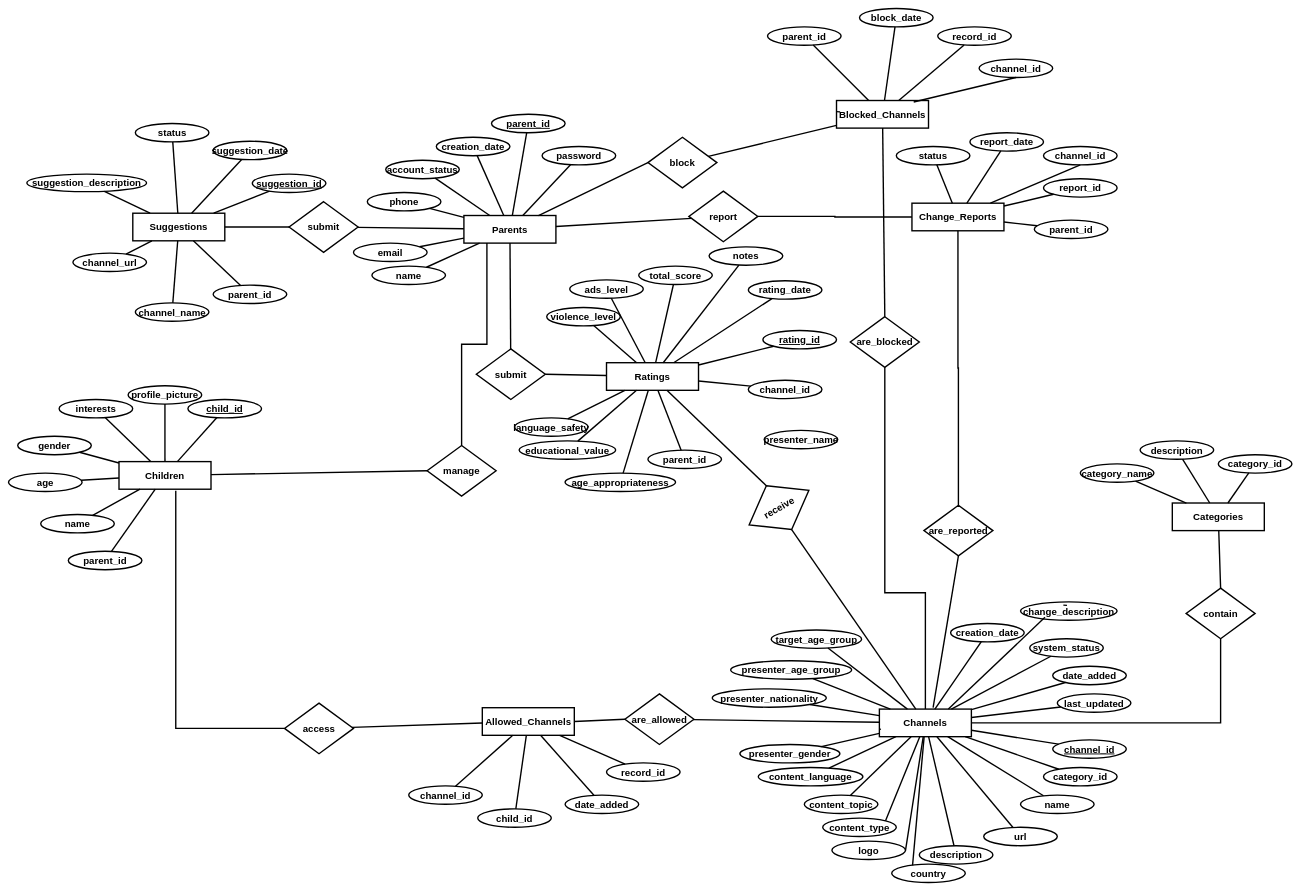
Earlier version of the draw.io diagram page "ERD (Classes)" (7 of 7) of رقيب.drawio (MahmoudHamdy19/diagrams-). Source tidied: cells renumbered, new cells numbered last; positions are measured from the earlier drawing's top-left corner, leaving out a move shared by most shapes. Both pictures are drawn from the tidied source at 46%, with x=0, y=0 at pixel (8, 8).
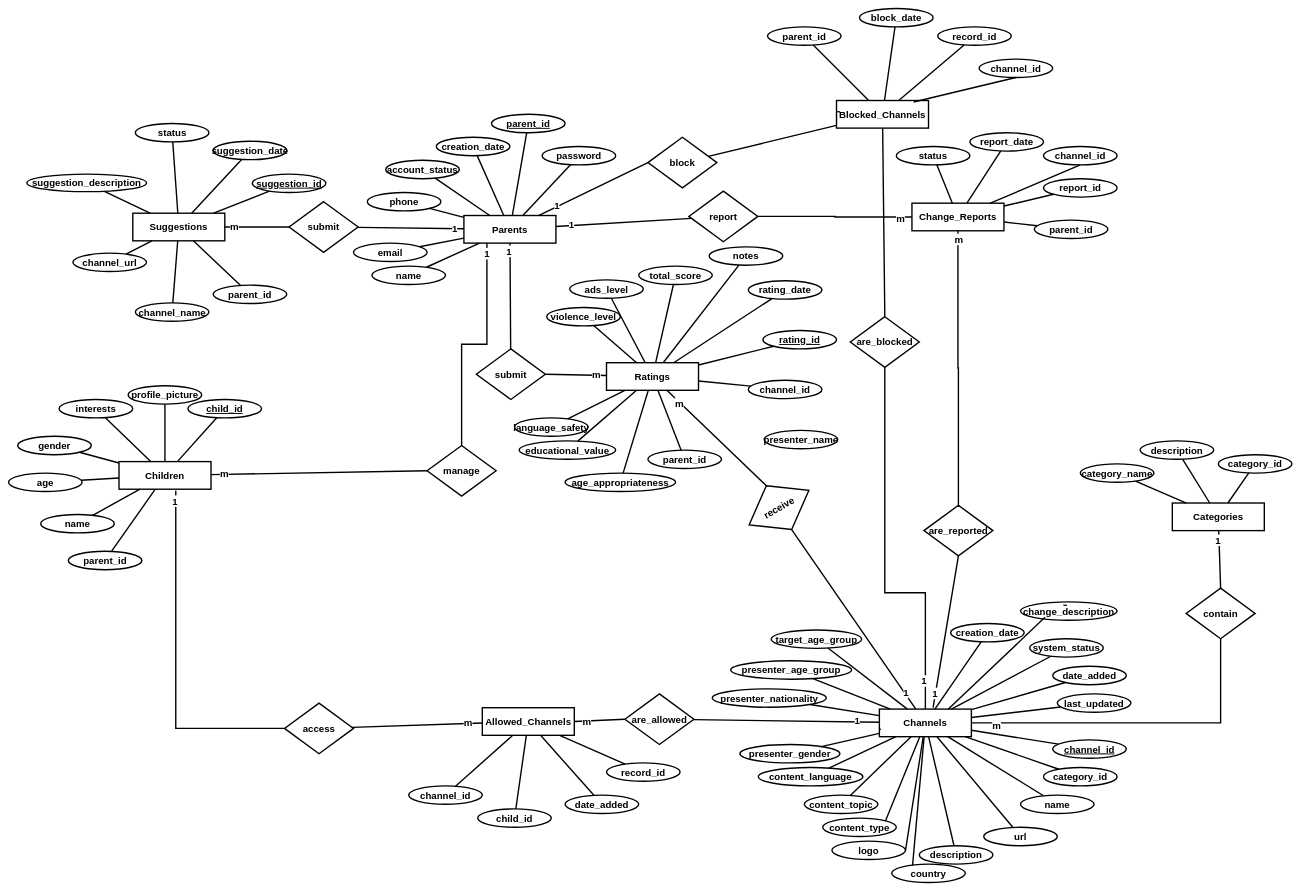
The same diagram, later.

Unchanged cells that the change refers to:
```xml
<mxCell id="147" style="edgeStyle=orthogonalEdgeStyle;rounded=0;jettySize=auto;html=1;strokeWidth=3;endArrow=none;endFill=0;fontFamily=Helvetica;fontSize=21;fontStyle=1;entryX=0.5;entryY=0;entryDx=0;entryDy=0;exitX=0.25;exitY=1;exitDx=0;exitDy=0;" parent="1" edge="1" source="71" target="146">
  <mxGeometry relative="1" as="geometry" />
</mxCell>
<mxCell id="148" style="edgeStyle=none;rounded=0;jettySize=auto;html=1;strokeWidth=3;endArrow=none;endFill=0;fontFamily=Helvetica;fontSize=21;fontStyle=1;exitX=0;exitY=0.5;exitDx=0;exitDy=0;" parent="1" edge="1" source="146" target="86">
  <mxGeometry relative="1" as="geometry" />
</mxCell>
<mxCell id="150" style="rounded=0;jettySize=auto;html=1;strokeWidth=3;endArrow=none;endFill=0;fontFamily=Helvetica;fontSize=21;fontStyle=1;entryX=0.5;entryY=0;entryDx=0;entryDy=0;" parent="1" edge="1" source="101" target="149">
  <mxGeometry relative="1" as="geometry" />
</mxCell>
<mxCell id="151" style="edgeStyle=none;rounded=0;jettySize=auto;html=1;strokeWidth=3;endArrow=none;endFill=0;fontFamily=Helvetica;fontSize=21;fontStyle=1;exitX=0.5;exitY=1;exitDx=0;exitDy=0;" parent="1" edge="1" source="155" target="108">
  <mxGeometry relative="1" as="geometry" />
</mxCell>
<mxCell id="153" style="edgeStyle=none;rounded=0;jettySize=auto;html=1;strokeWidth=3;endArrow=none;endFill=0;fontFamily=Helvetica;fontSize=21;fontStyle=1;" parent="1" edge="1" source="71" target="152">
  <mxGeometry relative="1" as="geometry" />
</mxCell>
<mxCell id="154" style="edgeStyle=none;rounded=0;jettySize=auto;html=1;strokeWidth=3;endArrow=none;endFill=0;fontFamily=Helvetica;fontSize=21;fontStyle=1;exitX=1;exitY=0.5;exitDx=0;exitDy=0;" parent="1" edge="1" source="152" target="17">
  <mxGeometry relative="1" as="geometry" />
</mxCell>
<mxCell id="157" style="edgeStyle=none;rounded=0;jettySize=auto;html=1;strokeWidth=3;endArrow=none;endFill=0;fontFamily=Helvetica;fontSize=21;fontStyle=1;exitX=0.5;exitY=0;exitDx=0;exitDy=0;" parent="1" edge="1" source="155" target="17">
  <mxGeometry relative="1" as="geometry" />
</mxCell>
<mxCell id="159" style="edgeStyle=none;rounded=0;jettySize=auto;html=1;strokeWidth=3;endArrow=none;endFill=0;fontFamily=Helvetica;fontSize=21;fontStyle=1;" parent="1" edge="1" source="71" target="158">
  <mxGeometry relative="1" as="geometry" />
</mxCell>
<mxCell id="160" style="edgeStyle=none;rounded=0;jettySize=auto;html=1;strokeWidth=3;endArrow=none;endFill=0;fontFamily=Helvetica;fontSize=21;fontStyle=1;exitX=0;exitY=0.5;exitDx=0;exitDy=0;" parent="1" edge="1" source="158" target="2">
  <mxGeometry relative="1" as="geometry" />
</mxCell>
<mxCell id="162" style="edgeStyle=none;rounded=0;jettySize=auto;html=1;strokeWidth=3;endArrow=none;endFill=0;fontFamily=Helvetica;fontSize=21;fontStyle=1;entryX=0;entryY=0.5;entryDx=0;entryDy=0;" parent="1" edge="1" source="71" target="161">
  <mxGeometry relative="1" as="geometry" />
</mxCell>
<mxCell id="165" style="edgeStyle=orthogonalEdgeStyle;rounded=0;jettySize=auto;html=1;strokeWidth=3;endArrow=none;endFill=0;fontFamily=Helvetica;fontSize=21;fontStyle=1;" parent="1" edge="1" source="108" target="164">
  <mxGeometry relative="1" as="geometry">
    <Array as="points">
      <mxPoint x="1993.2" y="1270" />
      <mxPoint x="1905" y="1270" />
    </Array>
  </mxGeometry>
</mxCell>
<mxCell id="168" style="edgeStyle=orthogonalEdgeStyle;rounded=0;jettySize=auto;html=1;strokeWidth=3;endArrow=none;endFill=0;fontFamily=Helvetica;fontSize=21;fontStyle=1;exitX=0.617;exitY=1.057;exitDx=0;exitDy=0;exitPerimeter=0;entryX=0;entryY=0.5;entryDx=0;entryDy=0;" parent="1" edge="1" source="86" target="167">
  <mxGeometry relative="1" as="geometry">
    <Array as="points">
      <mxPoint x="363.7" y="1565" />
    </Array>
  </mxGeometry>
</mxCell>
<mxCell id="169" style="edgeStyle=none;rounded=0;jettySize=auto;html=1;strokeWidth=3;endArrow=none;endFill=0;fontFamily=Helvetica;fontSize=21;fontStyle=1;" parent="1" edge="1" source="167" target="40">
  <mxGeometry relative="1" as="geometry" />
</mxCell>
<mxCell id="171" style="edgeStyle=none;rounded=0;jettySize=auto;html=1;strokeWidth=3;endArrow=none;endFill=0;fontFamily=Helvetica;fontSize=21;fontStyle=1;" parent="1" edge="1" source="108" target="170">
  <mxGeometry relative="1" as="geometry" />
</mxCell>
<mxCell id="172" style="edgeStyle=none;rounded=0;jettySize=auto;html=1;strokeWidth=3;endArrow=none;endFill=0;fontFamily=Helvetica;fontSize=21;fontStyle=1;entryX=1;entryY=0.5;entryDx=0;entryDy=0;exitX=0;exitY=0.5;exitDx=0;exitDy=0;" parent="1" edge="1" source="170" target="40">
  <mxGeometry relative="1" as="geometry" />
</mxCell>
<mxCell id="174" style="edgeStyle=none;rounded=0;jettySize=auto;html=1;strokeWidth=3;endArrow=none;endFill=0;fontFamily=Helvetica;fontSize=21;fontStyle=1;" parent="1" edge="1" source="71" target="173">
  <mxGeometry relative="1" as="geometry" />
</mxCell>
<mxCell id="175" style="edgeStyle=orthogonalEdgeStyle;rounded=0;jettySize=auto;html=1;strokeWidth=3;endArrow=none;endFill=0;fontFamily=Helvetica;fontSize=21;fontStyle=1;entryX=0;entryY=0.5;entryDx=0;entryDy=0;" parent="1" edge="1" source="173" target="58">
  <mxGeometry relative="1" as="geometry" />
</mxCell>
<mxCell id="177" style="edgeStyle=none;rounded=0;jettySize=auto;html=1;strokeWidth=3;endArrow=none;endFill=0;fontFamily=Helvetica;fontSize=21;fontStyle=1;entryX=0.5;entryY=1;entryDx=0;entryDy=0;" parent="1" edge="1" target="176">
  <mxGeometry relative="1" as="geometry">
    <mxPoint x="2010" y="1520" as="sourcePoint" />
  </mxGeometry>
</mxCell>
<mxCell id="178" style="edgeStyle=orthogonalEdgeStyle;rounded=0;jettySize=auto;html=1;strokeWidth=3;endArrow=none;endFill=0;fontFamily=Helvetica;fontSize=21;fontStyle=1;exitX=0.5;exitY=0;exitDx=0;exitDy=0;" parent="1" edge="1" source="176" target="58">
  <mxGeometry relative="1" as="geometry" />
</mxCell>
<mxCell id="180" style="edgeStyle=orthogonalEdgeStyle;rounded=0;jettySize=auto;html=1;strokeWidth=3;endArrow=none;endFill=0;fontFamily=Helvetica;fontSize=21;fontStyle=1;entryX=0.5;entryY=1;entryDx=0;entryDy=0;exitX=1;exitY=0.5;exitDx=0;exitDy=0;" parent="1" edge="1" source="108" target="149">
  <mxGeometry relative="1" as="geometry" />
</mxCell>
```

The edit, as a diff of the source:
```diff
@@
+    <mxCell id="182" value="1" style="edgeLabel;html=1;align=center;verticalAlign=middle;fontSize=21;fontStyle=1;" parent="147" vertex="1">
+      <mxGeometry x="-0.91" y="-1" relative="1" as="geometry" />
+    </mxCell>
@@
+    <mxCell id="183" value="m" style="edgeLabel;html=1;align=center;verticalAlign=middle;fontSize=21;fontStyle=1;" parent="148" vertex="1">
+      <mxGeometry x="0.88" y="-1" relative="1" as="geometry" />
+    </mxCell>
@@
+    <mxCell id="184" value="1" style="edgeLabel;html=1;align=center;verticalAlign=middle;fontSize=21;fontStyle=1;" parent="150" vertex="1">
+      <mxGeometry x="-0.68" y="-3" relative="1" as="geometry" />
+    </mxCell>
@@
+    <mxCell id="185" value="1" style="edgeLabel;html=1;align=center;verticalAlign=middle;fontSize=21;fontStyle=1;" parent="151" vertex="1">
+      <mxGeometry x="0.82" y="3" relative="1" as="geometry" />
+    </mxCell>
@@
+    <mxCell id="186" value="1" style="edgeLabel;html=1;align=center;verticalAlign=middle;fontSize=21;fontStyle=1;" parent="153" vertex="1">
+      <mxGeometry x="-0.85" y="-3" relative="1" as="geometry" />
+    </mxCell>
@@
+    <mxCell id="187" value="m" style="edgeLabel;html=1;align=center;verticalAlign=middle;fontSize=21;fontStyle=1;" parent="154" vertex="1">
+      <mxGeometry x="0.66" y="2" relative="1" as="geometry" />
+    </mxCell>
@@
+    <mxCell id="188" value="m" style="edgeLabel;html=1;align=center;verticalAlign=middle;fontSize=21;fontStyle=1;" parent="157" vertex="1">
+      <mxGeometry x="0.74" y="2" relative="1" as="geometry">
+        <mxPoint y="-1" as="offset" />
+      </mxGeometry>
+    </mxCell>
@@
+    <mxCell id="189" value="1" style="edgeLabel;html=1;align=center;verticalAlign=middle;fontSize=21;fontStyle=1;" parent="159" vertex="1">
+      <mxGeometry x="-0.81" y="-1" relative="1" as="geometry">
+        <mxPoint x="1" as="offset" />
+      </mxGeometry>
+    </mxCell>
@@
+    <mxCell id="190" value="m" style="edgeLabel;html=1;align=center;verticalAlign=middle;fontSize=21;fontStyle=1;" parent="160" vertex="1">
+      <mxGeometry x="0.72" y="-1" relative="1" as="geometry" />
+    </mxCell>
@@
+    <mxCell id="191" value="1" style="edgeLabel;html=1;align=center;verticalAlign=middle;fontSize=21;fontStyle=1;" parent="162" vertex="1">
+      <mxGeometry x="-0.66" y="2" relative="1" as="geometry" />
+    </mxCell>
@@
+    <mxCell id="192" value="1" style="edgeLabel;html=1;align=center;verticalAlign=middle;fontSize=21;fontStyle=1;" parent="165" vertex="1">
+      <mxGeometry x="-0.85" y="4" relative="1" as="geometry" />
+    </mxCell>
@@
+    <mxCell id="193" value="1" style="edgeLabel;html=1;align=center;verticalAlign=middle;fontSize=21;fontStyle=1;" parent="168" vertex="1">
+      <mxGeometry x="-0.88" y="3" relative="1" as="geometry">
+        <mxPoint x="-5" y="-23" as="offset" />
+      </mxGeometry>
+    </mxCell>
@@
+    <mxCell id="194" value="m" style="edgeLabel;html=1;align=center;verticalAlign=middle;fontSize=21;fontStyle=1;" parent="169" vertex="1">
+      <mxGeometry x="0.78" y="2" relative="1" as="geometry" />
+    </mxCell>
@@
+    <mxCell id="195" value="1" style="edgeLabel;html=1;align=center;verticalAlign=middle;fontSize=21;fontStyle=1;" parent="171" vertex="1">
+      <mxGeometry x="-0.76" y="-3" relative="1" as="geometry" />
+    </mxCell>
@@
+    <mxCell id="196" value="m" style="edgeLabel;html=1;align=center;verticalAlign=middle;fontSize=21;fontStyle=1;" parent="172" vertex="1">
+      <mxGeometry x="0.53" relative="1" as="geometry" />
+    </mxCell>
@@
+    <mxCell id="197" value="1" style="edgeLabel;html=1;align=center;verticalAlign=middle;fontSize=21;fontStyle=1;" parent="174" vertex="1">
+      <mxGeometry x="-0.76" y="2" relative="1" as="geometry">
+        <mxPoint x="-1" as="offset" />
+      </mxGeometry>
+    </mxCell>
@@
+    <mxCell id="198" value="m" style="edgeLabel;html=1;align=center;verticalAlign=middle;fontSize=21;fontStyle=1;" parent="175" vertex="1">
+      <mxGeometry x="0.85" y="-2" relative="1" as="geometry" />
+    </mxCell>
@@
+    <mxCell id="199" value="1" style="edgeLabel;html=1;align=center;verticalAlign=middle;fontSize=21;fontStyle=1;" parent="177" vertex="1">
+      <mxGeometry x="-0.81" y="2" relative="1" as="geometry" />
+    </mxCell>
@@
+    <mxCell id="200" value="m" style="edgeLabel;html=1;align=center;verticalAlign=middle;fontSize=21;fontStyle=1;" parent="178" vertex="1">
+      <mxGeometry x="0.94" y="-1" relative="1" as="geometry" />
+    </mxCell>
@@
+    <mxCell id="201" value="m" style="edgeLabel;html=1;align=center;verticalAlign=middle;fontSize=21;fontStyle=1;" parent="180" vertex="1">
+      <mxGeometry x="-0.85" y="-5" relative="1" as="geometry" />
+    </mxCell>
```
